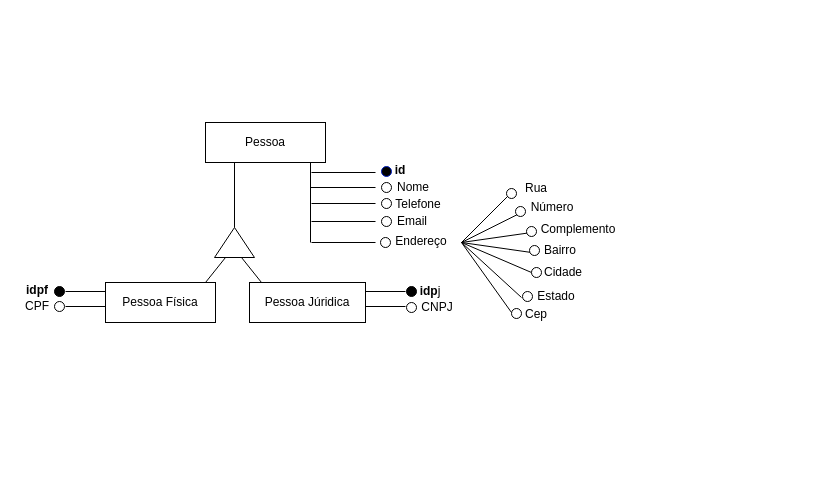
Before: Untitled Diagram.drawio in carlosti1099/Universidade, a draw.io diagram. Source tidied: cells renumbered, new cells numbered last; positions are measured from the earlier drawing's top-left corner, leaving out a move shared by most shapes. Both pictures are drawn from the tidied source at 100%, with x=0, y=0 at pixel (17, 122).
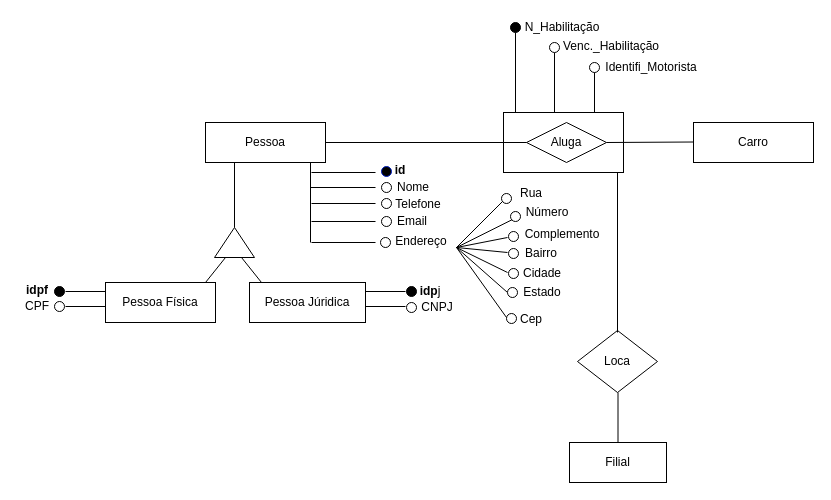
The same diagram, later.

Diff of the diagram source:
```diff
@@
     <mxCell id="21" style="endArrow=none;html=1;" parent="1" edge="1">
       <mxGeometry relative="1" as="geometry">
-        <mxPoint x="444" y="120" as="sourcePoint" />
-        <mxPoint x="494" y="70" as="targetPoint" />
+        <mxPoint x="439" y="125" as="sourcePoint" />
+        <mxPoint x="489" y="75" as="targetPoint" />
       </mxGeometry>
     </mxCell>
     <mxCell id="22" style="endArrow=none;html=1;" parent="1" edge="1">
       <mxGeometry relative="1" as="geometry">
-        <mxPoint x="444" y="120" as="sourcePoint" />
-        <mxPoint x="504" y="90" as="targetPoint" />
+        <mxPoint x="439" y="125" as="sourcePoint" />
+        <mxPoint x="499" y="95" as="targetPoint" />
       </mxGeometry>
     </mxCell>
     <mxCell id="23" style="endArrow=none;html=1;" parent="1" edge="1">
       <mxGeometry relative="1" as="geometry">
-        <mxPoint x="444" y="120" as="sourcePoint" />
-        <mxPoint x="514" y="110" as="targetPoint" />
+        <mxPoint x="439" y="125" as="sourcePoint" />
+        <mxPoint x="490" y="115" as="targetPoint" />
       </mxGeometry>
     </mxCell>
     <mxCell id="24" style="endArrow=none;html=1;" parent="1" edge="1">
       <mxGeometry relative="1" as="geometry">
-        <mxPoint x="444" y="120" as="sourcePoint" />
-        <mxPoint x="514" y="130" as="targetPoint" />
+        <mxPoint x="439" y="125" as="sourcePoint" />
+        <mxPoint x="490" y="130" as="targetPoint" />
       </mxGeometry>
     </mxCell>
     <mxCell id="25" style="endArrow=none;html=1;" parent="1" edge="1">
       <mxGeometry relative="1" as="geometry">
-        <mxPoint x="514" y="150" as="sourcePoint" />
-        <mxPoint x="444" y="120" as="targetPoint" />
+        <mxPoint x="490" y="150" as="sourcePoint" />
+        <mxPoint x="439" y="125" as="targetPoint" />
       </mxGeometry>
     </mxCell>
     <mxCell id="26" style="endArrow=none;html=1;" parent="1" edge="1">
       <mxGeometry relative="1" as="geometry">
-        <mxPoint x="504" y="175" as="sourcePoint" />
-        <mxPoint x="444" y="120" as="targetPoint" />
+        <mxPoint x="490" y="170" as="sourcePoint" />
+        <mxPoint x="439" y="125" as="targetPoint" />
       </mxGeometry>
     </mxCell>
     <mxCell id="27" style="endArrow=none;html=1;" parent="1" edge="1">
       <mxGeometry relative="1" as="geometry">
-        <mxPoint x="494" y="190" as="sourcePoint" />
-        <mxPoint x="444" y="120" as="targetPoint" />
+        <mxPoint x="489" y="195" as="sourcePoint" />
+        <mxPoint x="439" y="125" as="targetPoint" />
       </mxGeometry>
     </mxCell>
     <mxCell id="28" style="ellipse;whiteSpace=wrap;html=1;" parent="1" vertex="1">
-      <mxGeometry x="489" y="66" width="10" height="10" as="geometry" />
+      <mxGeometry x="484" y="71" width="10" height="10" as="geometry" />
     </mxCell>
     <mxCell id="29" style="ellipse;whiteSpace=wrap;html=1;" parent="1" vertex="1">
-      <mxGeometry x="498" y="84" width="10" height="10" as="geometry" />
+      <mxGeometry x="493" y="89" width="10" height="10" as="geometry" />
     </mxCell>
     <mxCell id="30" style="ellipse;whiteSpace=wrap;html=1;" parent="1" vertex="1">
-      <mxGeometry x="509" y="104" width="10" height="10" as="geometry" />
+      <mxGeometry x="491" y="109" width="10" height="10" as="geometry" />
     </mxCell>
     <mxCell id="31" style="ellipse;whiteSpace=wrap;html=1;" parent="1" vertex="1">
-      <mxGeometry x="512" y="123" width="10" height="10" as="geometry" />
+      <mxGeometry x="491" y="126" width="10" height="10" as="geometry" />
     </mxCell>
     <mxCell id="32" style="ellipse;whiteSpace=wrap;html=1;" parent="1" vertex="1">
-      <mxGeometry x="514" y="145" width="10" height="10" as="geometry" />
+      <mxGeometry x="491" y="146" width="10" height="10" as="geometry" />
     </mxCell>
     <mxCell id="33" style="ellipse;whiteSpace=wrap;html=1;" parent="1" vertex="1">
-      <mxGeometry x="505" y="169" width="10" height="10" as="geometry" />
+      <mxGeometry x="490" y="165" width="10" height="10" as="geometry" />
     </mxCell>
     <mxCell id="34" style="ellipse;whiteSpace=wrap;html=1;" parent="1" vertex="1">
-      <mxGeometry x="494" y="186" width="10" height="10" as="geometry" />
+      <mxGeometry x="489" y="191" width="10" height="10" as="geometry" />
     </mxCell>
     <mxCell id="35" value="Rua" style="text;html=1;strokeColor=none;fillColor=none;align=center;verticalAlign=middle;whiteSpace=wrap;rounded=0;" parent="1" vertex="1">
-      <mxGeometry x="499" y="56" width="40" height="20" as="geometry" />
+      <mxGeometry x="494" y="61" width="40" height="20" as="geometry" />
     </mxCell>
     <mxCell id="36" value="Número" style="text;html=1;strokeColor=none;fillColor=none;align=center;verticalAlign=middle;whiteSpace=wrap;rounded=0;" parent="1" vertex="1">
-      <mxGeometry x="515" y="75" width="40" height="20" as="geometry" />
+      <mxGeometry x="510" y="80" width="40" height="20" as="geometry" />
     </mxCell>
     <mxCell id="37" value="Complemento" style="text;html=1;strokeColor=none;fillColor=none;align=center;verticalAlign=middle;whiteSpace=wrap;rounded=0;" parent="1" vertex="1">
-      <mxGeometry x="541" y="97" width="40" height="20" as="geometry" />
+      <mxGeometry x="525" y="102" width="40" height="20" as="geometry" />
     </mxCell>
     <mxCell id="38" value="Bairro" style="text;html=1;strokeColor=none;fillColor=none;align=center;verticalAlign=middle;whiteSpace=wrap;rounded=0;" parent="1" vertex="1">
-      <mxGeometry x="523" y="118" width="40" height="20" as="geometry" />
+      <mxGeometry x="504" y="121" width="40" height="20" as="geometry" />
     </mxCell>
     <mxCell id="39" value="Cidade" style="text;html=1;strokeColor=none;fillColor=none;align=center;verticalAlign=middle;whiteSpace=wrap;rounded=0;" parent="1" vertex="1">
-      <mxGeometry x="526" y="140" width="40" height="20" as="geometry" />
+      <mxGeometry x="505" y="141" width="40" height="20" as="geometry" />
     </mxCell>
     <mxCell id="40" value="Estado" style="text;html=1;strokeColor=none;fillColor=none;align=center;verticalAlign=middle;whiteSpace=wrap;rounded=0;" parent="1" vertex="1">
-      <mxGeometry x="519" y="164" width="40" height="20" as="geometry" />
+      <mxGeometry x="505" y="160" width="40" height="20" as="geometry" />
     </mxCell>
     <mxCell id="41" value="Cep" style="text;html=1;strokeColor=none;fillColor=none;align=center;verticalAlign=middle;whiteSpace=wrap;rounded=0;" parent="1" vertex="1">
-      <mxGeometry x="499" y="182" width="40" height="20" as="geometry" />
+      <mxGeometry x="494" y="187" width="40" height="20" as="geometry" />
     </mxCell>
@@
+    <mxCell id="58" value="Carro" style="rounded=0;whiteSpace=wrap;html=1;" parent="1" vertex="1">
+      <mxGeometry x="676" width="120" height="40" as="geometry" />
+    </mxCell>
+    <mxCell id="59" style="rounded=0;whiteSpace=wrap;html=1;fontColor=#000000;strokeColor=#000000;fillColor=#FFFFFF;align=center;" parent="1" vertex="1">
+      <mxGeometry x="486" y="-10" width="120" height="60" as="geometry" />
+    </mxCell>
+    <mxCell id="60" value="Aluga" style="rhombus;whiteSpace=wrap;html=1;fontColor=#000000;strokeColor=#000000;fillColor=#FFFFFF;align=center;" parent="1" vertex="1">
+      <mxGeometry x="509" width="80" height="40" as="geometry" />
+    </mxCell>
+    <mxCell id="61" style="endArrow=none;html=1;fontColor=#000000;entryX=0;entryY=0.5;entryDx=0;entryDy=0;" parent="1" edge="1" target="60">
+      <mxGeometry relative="1" as="geometry">
+        <mxPoint x="308" y="20" as="sourcePoint" />
+      </mxGeometry>
+    </mxCell>
+    <mxCell id="62" style="endArrow=none;html=1;fontColor=#000000;exitX=1;exitY=0.5;exitDx=0;exitDy=0;" parent="1" edge="1" source="60">
+      <mxGeometry relative="1" as="geometry">
+        <mxPoint x="676" y="19.5" as="targetPoint" />
+      </mxGeometry>
+    </mxCell>
+    <mxCell id="63" style="endArrow=none;html=1;fontColor=#000000;startArrow=none;" parent="1" edge="1" source="66">
+      <mxGeometry relative="1" as="geometry">
+        <mxPoint x="498" y="-90" as="targetPoint" />
+      </mxGeometry>
+    </mxCell>
+    <mxCell id="64" style="endArrow=none;html=1;fontColor=#000000;" parent="1" edge="1">
+      <mxGeometry relative="1" as="geometry">
+        <mxPoint x="537" y="-10" as="sourcePoint" />
+        <mxPoint x="537" y="-70" as="targetPoint" />
+      </mxGeometry>
+    </mxCell>
+    <mxCell id="65" style="endArrow=none;html=1;fontColor=#000000;startArrow=none;" parent="1" edge="1" source="69">
+      <mxGeometry relative="1" as="geometry">
+        <mxPoint x="577" y="-50" as="targetPoint" />
+      </mxGeometry>
+    </mxCell>
+    <mxCell id="66" style="ellipse;whiteSpace=wrap;html=1;fillColor=#000000;" parent="1" vertex="1">
+      <mxGeometry x="493" y="-100" width="10" height="10" as="geometry" />
+    </mxCell>
+    <mxCell id="67" style="endArrow=none;html=1;fontColor=#000000;" parent="1" edge="1" target="66">
+      <mxGeometry relative="1" as="geometry">
+        <mxPoint x="498" y="-10" as="sourcePoint" />
+      </mxGeometry>
+    </mxCell>
+    <mxCell id="68" style="ellipse;whiteSpace=wrap;html=1;" parent="1" vertex="1">
+      <mxGeometry x="532" y="-80" width="10" height="10" as="geometry" />
+    </mxCell>
+    <mxCell id="69" style="ellipse;whiteSpace=wrap;html=1;" parent="1" vertex="1">
+      <mxGeometry x="572" y="-60" width="10" height="10" as="geometry" />
+    </mxCell>
+    <mxCell id="70" style="endArrow=none;html=1;fontColor=#000000;" parent="1" edge="1" target="69">
+      <mxGeometry relative="1" as="geometry">
+        <mxPoint x="577" y="-10" as="sourcePoint" />
+      </mxGeometry>
+    </mxCell>
+    <mxCell id="71" value="N_Habilitação" style="text;html=1;strokeColor=none;fillColor=none;align=center;verticalAlign=middle;whiteSpace=wrap;rounded=0;fontColor=#000000;" parent="1" vertex="1">
+      <mxGeometry x="525" y="-105" width="40" height="20" as="geometry" />
+    </mxCell>
+    <mxCell id="72" value="Venc._Habilitação" style="text;html=1;strokeColor=none;fillColor=none;align=center;verticalAlign=middle;whiteSpace=wrap;rounded=0;fontColor=#000000;" parent="1" vertex="1">
+      <mxGeometry x="574" y="-86" width="40" height="20" as="geometry" />
+    </mxCell>
+    <mxCell id="73" value="Identifi_Motorista" style="text;html=1;strokeColor=none;fillColor=none;align=center;verticalAlign=middle;whiteSpace=wrap;rounded=0;fontColor=#000000;" parent="1" vertex="1">
+      <mxGeometry x="614" y="-65" width="40" height="20" as="geometry" />
+    </mxCell>
+    <mxCell id="74" value="Loca" style="rhombus;whiteSpace=wrap;html=1;fontColor=#000000;strokeColor=#000000;fillColor=#FFFFFF;align=center;" parent="1" vertex="1">
+      <mxGeometry x="560" y="208" width="80" height="62" as="geometry" />
+    </mxCell>
+    <mxCell id="75" value="Filial" style="rounded=0;whiteSpace=wrap;html=1;fontColor=#000000;strokeColor=#000000;fillColor=#FFFFFF;align=center;" parent="1" vertex="1">
+      <mxGeometry x="552" y="320" width="97" height="40" as="geometry" />
+    </mxCell>
+    <mxCell id="76" style="endArrow=none;html=1;fontColor=#000000;" parent="1" edge="1">
+      <mxGeometry relative="1" as="geometry">
+        <mxPoint x="600.5" y="320" as="sourcePoint" />
+        <mxPoint x="600.5" y="270" as="targetPoint" />
+      </mxGeometry>
+    </mxCell>
+    <mxCell id="77" style="endArrow=none;html=1;fontColor=#000000;" parent="1" edge="1">
+      <mxGeometry relative="1" as="geometry">
+        <mxPoint x="600" y="210" as="sourcePoint" />
+        <mxPoint x="600" y="50" as="targetPoint" />
+      </mxGeometry>
+    </mxCell>
```
